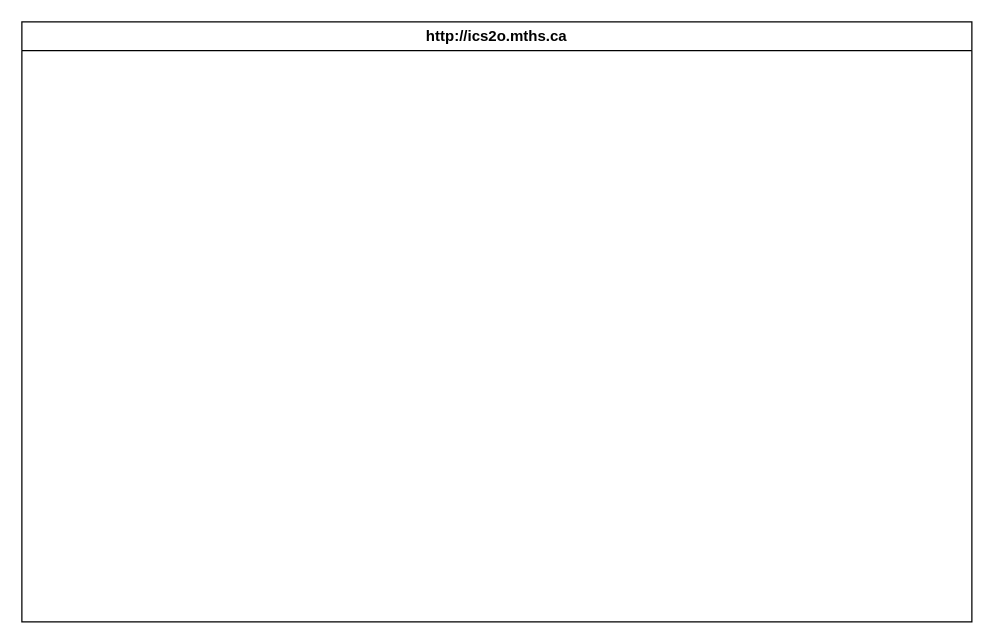
The draw.io diagram design/storyboard.drawio in MTHS-ICS2O-2-2022/ICS2O-Unit-5-01-Osamah-Hasan, before the edit. Source tidied: cells renumbered, new cells numbered last; positions are measured from the earlier drawing's top-left corner, leaving out a move shared by most shapes. Both pictures are drawn from the tidied source at 125%, with x=0, y=0 at pixel (21, 21).
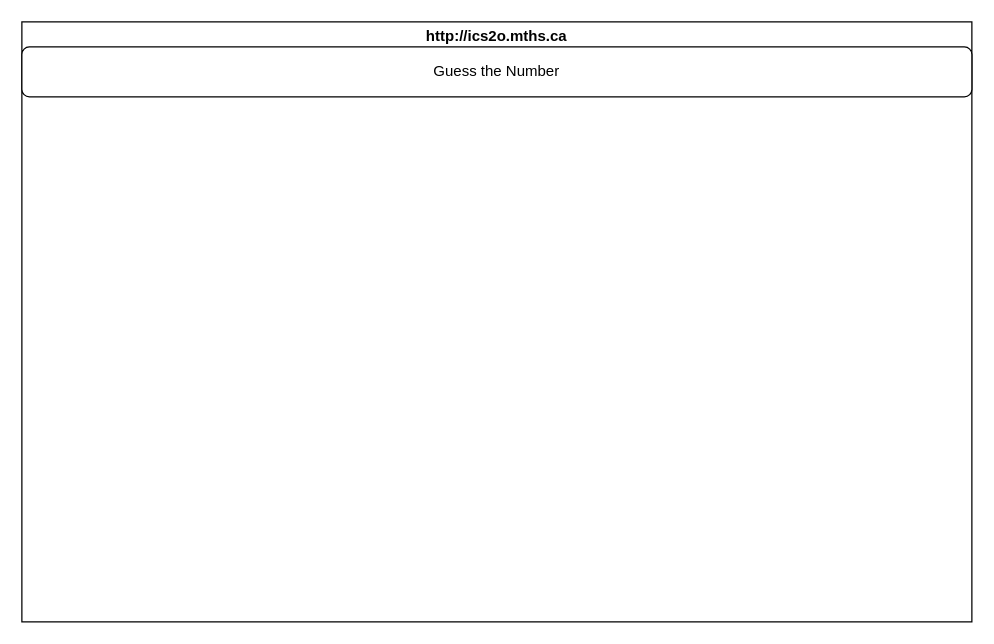
The same page after the edit.

Change to the diagram source:
```diff
@@
 <mxGraphModel>
   <root>
     <mxCell id="0" />
     <mxCell id="1" parent="0" />
     <mxCell id="2" value="http://ics2o.mths.ca" style="swimlane;whiteSpace=wrap;html=1;" parent="1" vertex="1">
       <mxGeometry width="760" height="480" as="geometry" />
     </mxCell>
+    <mxCell id="3" value="Guess the Number" style="rounded=1;whiteSpace=wrap;html=1;" parent="2" vertex="1">
+      <mxGeometry y="20" width="760" height="40" as="geometry" />
+    </mxCell>
   </root>
 </mxGraphModel>
```
